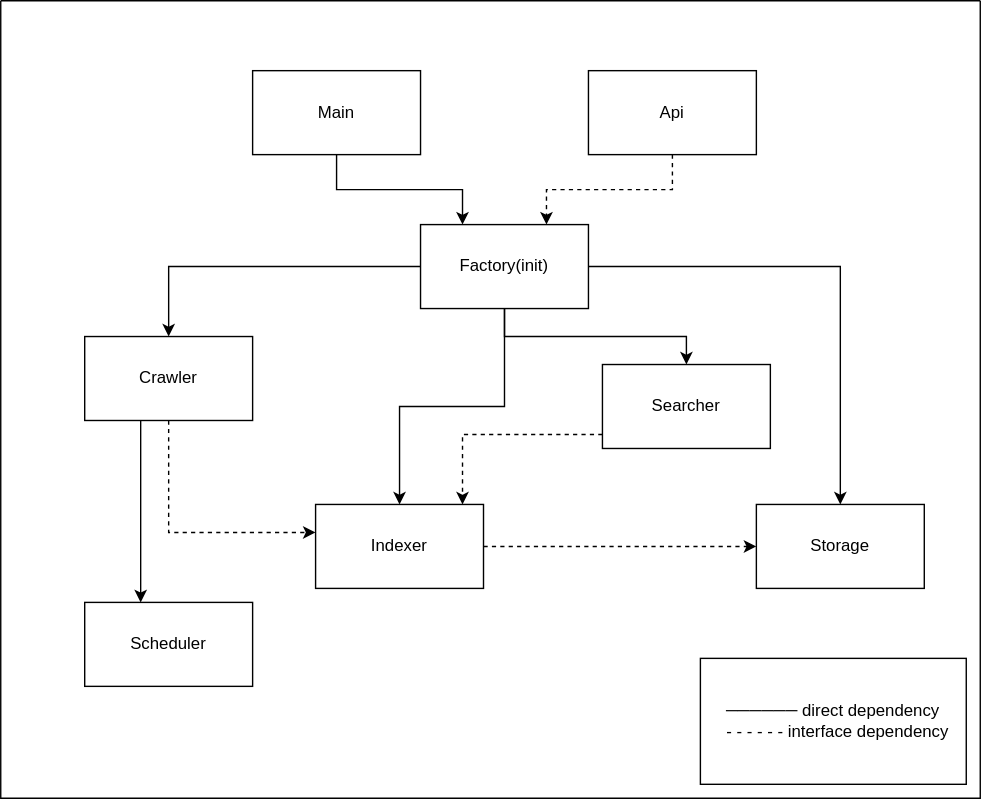
Earlier version of the draw.io export internal/assets/package_diagram.drawio.svg (box1bs/wfts). Source tidied: cells renumbered, new cells last; positions are measured from the earlier drawing's top-left corner, leaving out a move shared by most shapes. Source of this version:
```xml
<mxGraphModel>
  <root>
    <mxCell id="0" />
    <mxCell id="1" parent="0" />
    <mxCell id="2" style="swimlane;startSize=0;" parent="1" vertex="1">
      <mxGeometry width="700" height="570" as="geometry" />
    </mxCell>
    <mxCell id="3" style="edgeStyle=orthogonalEdgeStyle;rounded=0;jettySize=auto;html=1;dashed=1;" parent="2" edge="1" source="5" target="7">
      <mxGeometry relative="1" as="geometry">
        <Array as="points">
          <mxPoint x="120" y="380" />
        </Array>
      </mxGeometry>
    </mxCell>
    <mxCell id="4" style="edgeStyle=orthogonalEdgeStyle;rounded=0;jettySize=auto;html=1;" parent="2" edge="1" source="5" target="18">
      <mxGeometry relative="1" as="geometry">
        <Array as="points">
          <mxPoint x="100" y="370" />
          <mxPoint x="100" y="370" />
        </Array>
      </mxGeometry>
    </mxCell>
    <mxCell id="5" value="&lt;div&gt;Crawler&lt;/div&gt;" style="rounded=0;whiteSpace=wrap;html=1;" parent="2" vertex="1">
      <mxGeometry x="60" y="240" width="120" height="60" as="geometry" />
    </mxCell>
    <mxCell id="6" style="edgeStyle=orthogonalEdgeStyle;rounded=0;jettySize=auto;html=1;dashed=1;" parent="2" edge="1" source="7" target="8">
      <mxGeometry relative="1" as="geometry" />
    </mxCell>
    <mxCell id="7" value="&lt;div&gt;Indexer&lt;/div&gt;" style="rounded=0;whiteSpace=wrap;html=1;" parent="2" vertex="1">
      <mxGeometry x="225" y="360" width="120" height="60" as="geometry" />
    </mxCell>
    <mxCell id="8" value="Storage" style="rounded=0;whiteSpace=wrap;html=1;" parent="2" vertex="1">
      <mxGeometry x="540" y="360" width="120" height="60" as="geometry" />
    </mxCell>
    <mxCell id="9" style="edgeStyle=orthogonalEdgeStyle;rounded=0;jettySize=auto;html=1;entryX=0.5;entryY=0;entryDx=0;entryDy=0;" parent="2" edge="1" source="13" target="5">
      <mxGeometry relative="1" as="geometry" />
    </mxCell>
    <mxCell id="10" style="edgeStyle=orthogonalEdgeStyle;rounded=0;jettySize=auto;html=1;entryX=0.5;entryY=0;entryDx=0;entryDy=0;" parent="2" edge="1" source="13" target="8">
      <mxGeometry relative="1" as="geometry" />
    </mxCell>
    <mxCell id="11" style="edgeStyle=orthogonalEdgeStyle;rounded=0;jettySize=auto;html=1;" parent="2" edge="1" source="13" target="20">
      <mxGeometry relative="1" as="geometry">
        <Array as="points">
          <mxPoint x="360" y="240" />
          <mxPoint x="490" y="240" />
        </Array>
      </mxGeometry>
    </mxCell>
    <mxCell id="12" style="edgeStyle=orthogonalEdgeStyle;rounded=0;jettySize=auto;html=1;entryX=0.5;entryY=0;entryDx=0;entryDy=0;" parent="2" edge="1" source="13" target="7">
      <mxGeometry relative="1" as="geometry" />
    </mxCell>
    <mxCell id="13" value="&lt;div&gt;Factory(init)&lt;/div&gt;" style="rounded=0;whiteSpace=wrap;html=1;" parent="2" vertex="1">
      <mxGeometry x="300" y="160" width="120" height="60" as="geometry" />
    </mxCell>
    <mxCell id="14" style="edgeStyle=orthogonalEdgeStyle;rounded=0;jettySize=auto;html=1;entryX=0.25;entryY=0;entryDx=0;entryDy=0;" parent="2" edge="1" source="15" target="13">
      <mxGeometry relative="1" as="geometry" />
    </mxCell>
    <mxCell id="15" value="Main" style="rounded=0;whiteSpace=wrap;html=1;" parent="2" vertex="1">
      <mxGeometry x="180" y="50" width="120" height="60" as="geometry" />
    </mxCell>
    <mxCell id="16" style="edgeStyle=orthogonalEdgeStyle;rounded=0;jettySize=auto;html=1;entryX=0.75;entryY=0;entryDx=0;entryDy=0;dashed=1;" parent="2" edge="1" source="17" target="13">
      <mxGeometry relative="1" as="geometry" />
    </mxCell>
    <mxCell id="17" value="Api" style="rounded=0;whiteSpace=wrap;html=1;" parent="2" vertex="1">
      <mxGeometry x="420" y="50" width="120" height="60" as="geometry" />
    </mxCell>
    <mxCell id="18" value="Scheduler" style="rounded=0;whiteSpace=wrap;html=1;" parent="2" vertex="1">
      <mxGeometry x="60" y="430" width="120" height="60" as="geometry" />
    </mxCell>
    <mxCell id="19" style="edgeStyle=orthogonalEdgeStyle;rounded=0;jettySize=auto;html=1;dashed=1;" parent="2" edge="1" source="20" target="7">
      <mxGeometry relative="1" as="geometry">
        <Array as="points">
          <mxPoint x="330" y="310" />
        </Array>
      </mxGeometry>
    </mxCell>
    <mxCell id="20" value="Searcher" style="rounded=0;whiteSpace=wrap;html=1;" parent="2" vertex="1">
      <mxGeometry x="430" y="260" width="120" height="60" as="geometry" />
    </mxCell>
    <mxCell id="21" value="&lt;div&gt;&lt;span&gt;&lt;span&gt;──────  direct dependency&lt;/span&gt;&lt;/span&gt;&lt;/div&gt;&lt;div&gt;&lt;span&gt;&lt;span&gt;&amp;nbsp; - -&amp;nbsp;&lt;/span&gt;&lt;/span&gt;&lt;span&gt;- - - - interface dependency&lt;/span&gt;&lt;/div&gt;" style="rounded=0;whiteSpace=wrap;html=1;" parent="2" vertex="1">
      <mxGeometry x="500" y="470" width="190" height="90" as="geometry" />
    </mxCell>
  </root>
</mxGraphModel>
```
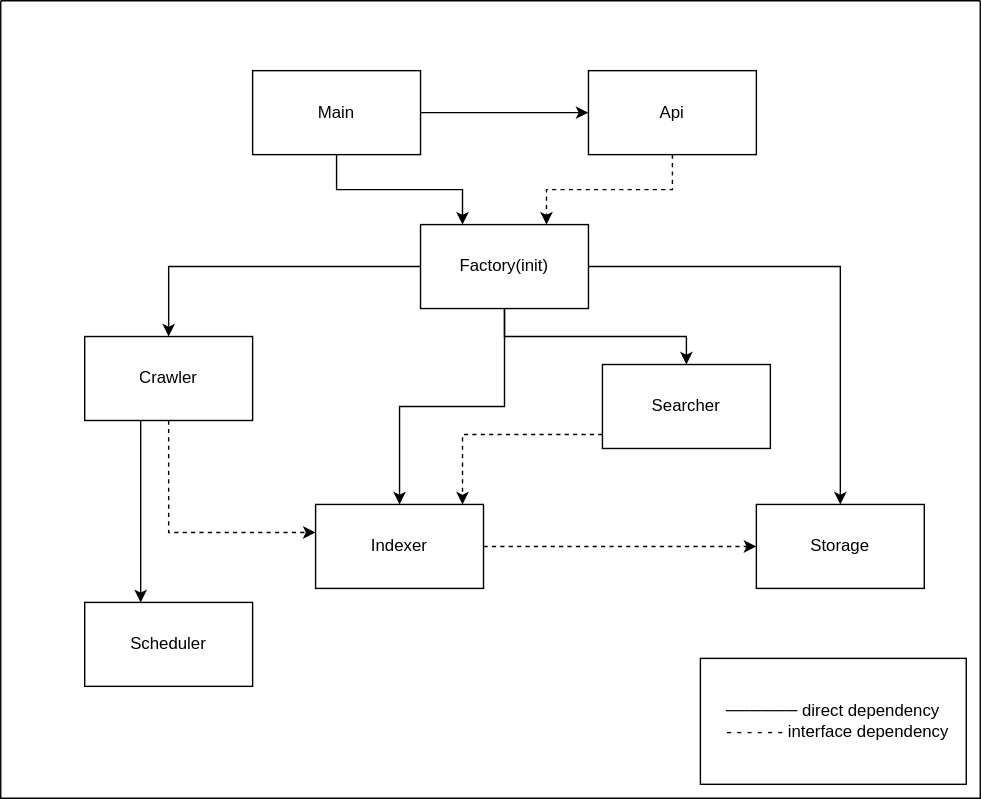
Later version of the same file.

What changed in the source:
```diff
@@ -55,6 +55,9 @@
     <mxCell id="14" style="edgeStyle=orthogonalEdgeStyle;rounded=0;jettySize=auto;html=1;entryX=0.25;entryY=0;entryDx=0;entryDy=0;" parent="2" edge="1" source="15" target="13">
       <mxGeometry relative="1" as="geometry" />
     </mxCell>
+    <mxCell id="22" style="edgeStyle=orthogonalEdgeStyle;rounded=0;jettySize=auto;html=1;" parent="2" edge="1" source="15" target="17">
+      <mxGeometry relative="1" as="geometry" />
+    </mxCell>
     <mxCell id="15" value="Main" style="rounded=0;whiteSpace=wrap;html=1;" parent="2" vertex="1">
       <mxGeometry x="180" y="50" width="120" height="60" as="geometry" />
     </mxCell>
```
